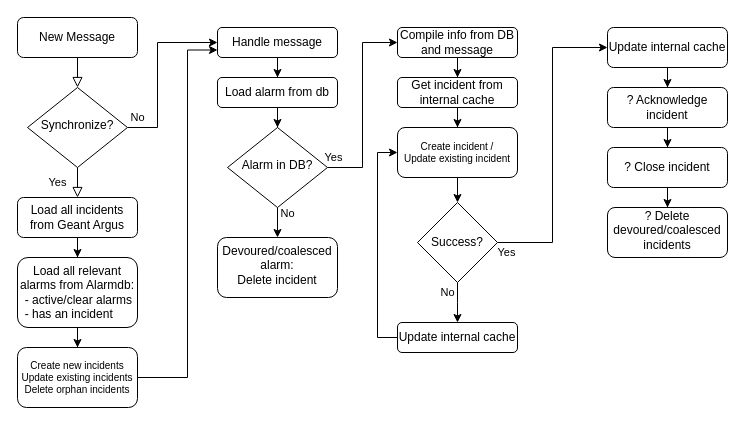
This is docs/source/diagrams/argus-notifier-flow.drawio from GEANT/geant-argus, a draw.io file, before an edit. Source tidied: cells renumbered, new cells numbered last; positions are measured from the earlier drawing's top-left corner, leaving out a move shared by most shapes. Both pictures are drawn from the tidied source at 100%, with x=0, y=0 at pixel (17, 17).
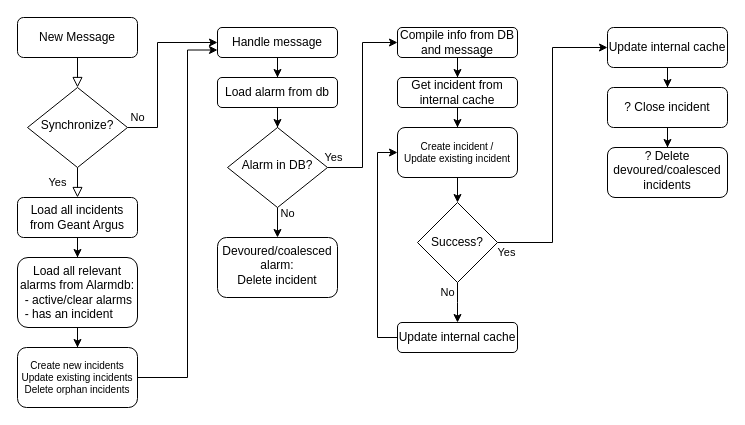
Above is the later version.

Commit message (it also covers changes not shown here):
Add documentation for argus notifier

The change refers to these unchanged cells:
```xml
<mxCell id="31" value="Update internal cache" style="rounded=1;whiteSpace=wrap;html=1;" parent="1" vertex="1">
  <mxGeometry x="590" y="10" width="120" height="40" as="geometry" />
</mxCell>
```

What changed in the source:
```diff
@@
-    <mxCell id="30" style="edgeStyle=orthogonalEdgeStyle;rounded=0;jettySize=auto;html=1;" parent="1" edge="1" source="31" target="35">
+    <mxCell id="30" style="edgeStyle=orthogonalEdgeStyle;rounded=0;jettySize=auto;html=1;entryX=0.5;entryY=0;entryDx=0;entryDy=0;" parent="1" edge="1" source="31" target="37">
       <mxGeometry relative="1" as="geometry" />
     </mxCell>
@@
-    <mxCell id="34" style="edgeStyle=orthogonalEdgeStyle;rounded=0;jettySize=auto;html=1;" parent="1" edge="1" source="35" target="37">
-      <mxGeometry relative="1" as="geometry" />
-    </mxCell>
-    <mxCell id="35" value="? Acknowledge incident" style="whiteSpace=wrap;html=1;rounded=1;" parent="1" vertex="1">
-      <mxGeometry x="590" y="70" width="120" height="40" as="geometry" />
-    </mxCell>
@@
     <mxCell id="37" value="? Close incident" style="whiteSpace=wrap;html=1;rounded=1;" parent="1" vertex="1">
-      <mxGeometry x="590" y="130" width="120" height="40" as="geometry" />
+      <mxGeometry x="590" y="70" width="120" height="40" as="geometry" />
     </mxCell>
     <mxCell id="38" value="? Delete devoured/coalesced incidents" style="rounded=1;whiteSpace=wrap;html=1;shadow=0;strokeWidth=1;spacing=6;spacingTop=-4;verticalAlign=middle;align=center;" parent="1" vertex="1">
-      <mxGeometry x="590" y="190" width="120" height="50" as="geometry" />
+      <mxGeometry x="590" y="130" width="120" height="50" as="geometry" />
     </mxCell>
```
